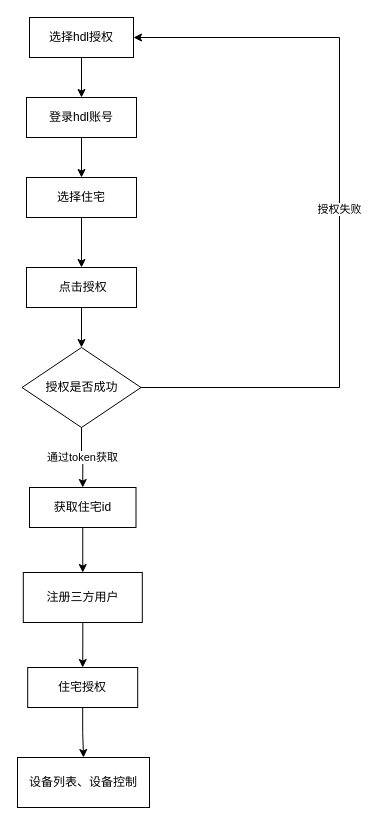
Before: Untitled Diagram.drawio in tytler98/tytler, a draw.io diagram. Source tidied: cells renumbered, new cells numbered last; positions are measured from the earlier drawing's top-left corner, leaving out a move shared by most shapes. Both pictures are drawn from the tidied source at 100%, with x=0, y=0 at pixel (17, 17).
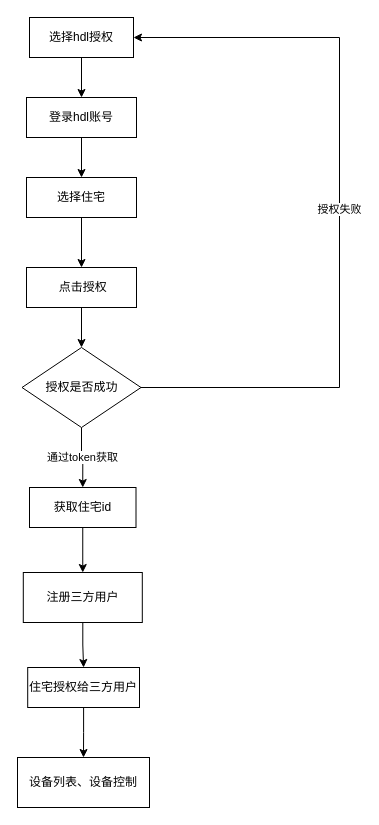
Above is the later version.

Diff of the diagram source:
```diff
@@
-    <mxCell id="18" value="住宅授权" style="rounded=0;whiteSpace=wrap;html=1;" parent="1" vertex="1">
-      <mxGeometry x="10.2" y="650" width="110" height="40" as="geometry" />
+    <mxCell id="18" value="住宅授权给三方用户" style="rounded=0;whiteSpace=wrap;html=1;" parent="1" vertex="1">
+      <mxGeometry x="10.2" y="650" width="111.8" height="40" as="geometry" />
     </mxCell>
```
